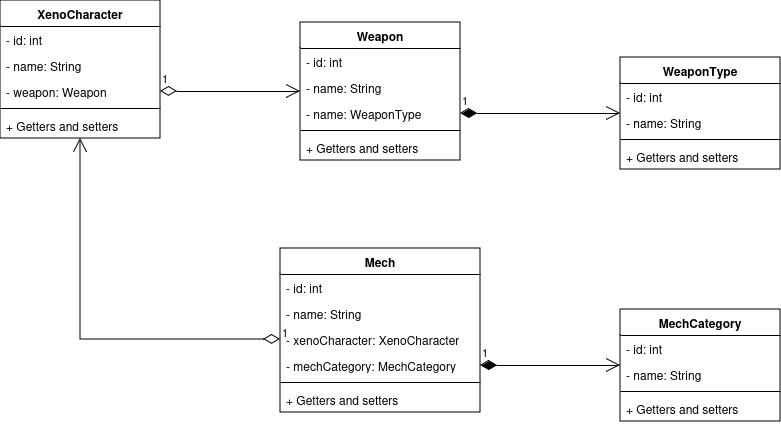
Above: xenowiki.png in mackstm/xeno-wiki (draw.io), before the change. Source tidied: cells renumbered, new cells last; positions are measured from the earlier drawing's top-left corner, leaving out a move shared by most shapes. Its diagram source:
```xml
<mxGraphModel>
  <root>
    <mxCell id="0" />
    <mxCell id="1" parent="0" />
    <mxCell id="2" value="XenoCharacter" style="swimlane;fontStyle=1;align=center;verticalAlign=top;horizontal=1;startSize=26;whiteSpace=wrap;html=1;" parent="1" vertex="1">
      <mxGeometry width="160" height="138" as="geometry" />
    </mxCell>
    <mxCell id="3" value="&lt;div&gt;- id: int&lt;/div&gt;" style="text;strokeColor=none;fillColor=none;align=left;verticalAlign=top;spacingLeft=4;spacingRight=4;overflow=hidden;whiteSpace=wrap;html=1;" parent="2" vertex="1">
      <mxGeometry y="26" width="160" height="26" as="geometry" />
    </mxCell>
    <mxCell id="4" value="&lt;div&gt;- name: String&lt;br&gt;&lt;/div&gt;" style="text;strokeColor=none;fillColor=none;align=left;verticalAlign=top;spacingLeft=4;spacingRight=4;overflow=hidden;whiteSpace=wrap;html=1;" parent="2" vertex="1">
      <mxGeometry y="52" width="160" height="26" as="geometry" />
    </mxCell>
    <mxCell id="5" value="&lt;div&gt;- weapon: Weapon&lt;/div&gt;" style="text;strokeColor=none;fillColor=none;align=left;verticalAlign=top;spacingLeft=4;spacingRight=4;overflow=hidden;points=[[0,0.5],[1,0.5]];portConstraint=eastwest;whiteSpace=wrap;html=1;" parent="2" vertex="1">
      <mxGeometry y="78" width="160" height="26" as="geometry" />
    </mxCell>
    <mxCell id="6" style="line;strokeWidth=1;fillColor=none;align=left;verticalAlign=middle;spacingTop=-1;spacingLeft=3;spacingRight=3;labelPosition=right;strokeColor=inherit;" parent="2" vertex="1">
      <mxGeometry y="104" width="160" height="8" as="geometry" />
    </mxCell>
    <mxCell id="7" value="+ Getters and setters" style="text;strokeColor=none;fillColor=none;align=left;verticalAlign=top;spacingLeft=4;spacingRight=4;overflow=hidden;whiteSpace=wrap;html=1;" parent="2" vertex="1">
      <mxGeometry y="112" width="160" height="26" as="geometry" />
    </mxCell>
    <mxCell id="8" value="WeaponType" style="swimlane;fontStyle=1;align=center;verticalAlign=top;horizontal=1;startSize=26;whiteSpace=wrap;html=1;" parent="1" vertex="1">
      <mxGeometry x="620" y="57" width="160" height="112" as="geometry" />
    </mxCell>
    <mxCell id="9" value="&lt;div&gt;- id: int&lt;/div&gt;" style="text;strokeColor=none;fillColor=none;align=left;verticalAlign=top;spacingLeft=4;spacingRight=4;overflow=hidden;whiteSpace=wrap;html=1;" parent="8" vertex="1">
      <mxGeometry y="26" width="160" height="26" as="geometry" />
    </mxCell>
    <mxCell id="10" value="&lt;div&gt;- name: String&lt;br&gt;&lt;/div&gt;" style="text;strokeColor=none;fillColor=none;align=left;verticalAlign=top;spacingLeft=4;spacingRight=4;overflow=hidden;whiteSpace=wrap;html=1;" parent="8" vertex="1">
      <mxGeometry y="52" width="160" height="26" as="geometry" />
    </mxCell>
    <mxCell id="11" style="line;strokeWidth=1;fillColor=none;align=left;verticalAlign=middle;spacingTop=-1;spacingLeft=3;spacingRight=3;labelPosition=right;strokeColor=inherit;" parent="8" vertex="1">
      <mxGeometry y="78" width="160" height="8" as="geometry" />
    </mxCell>
    <mxCell id="12" value="+ Getters and setters" style="text;strokeColor=none;fillColor=none;align=left;verticalAlign=top;spacingLeft=4;spacingRight=4;overflow=hidden;whiteSpace=wrap;html=1;" parent="8" vertex="1">
      <mxGeometry y="86" width="160" height="26" as="geometry" />
    </mxCell>
    <mxCell id="13" value="Mech" style="swimlane;fontStyle=1;align=center;verticalAlign=top;horizontal=1;startSize=26;whiteSpace=wrap;html=1;" parent="1" vertex="1">
      <mxGeometry x="280" y="248" width="200" height="164" as="geometry" />
    </mxCell>
    <mxCell id="14" value="&lt;div&gt;- id: int&lt;/div&gt;" style="text;strokeColor=none;fillColor=none;align=left;verticalAlign=top;spacingLeft=4;spacingRight=4;overflow=hidden;whiteSpace=wrap;html=1;" parent="13" vertex="1">
      <mxGeometry y="26" width="200" height="26" as="geometry" />
    </mxCell>
    <mxCell id="15" value="&lt;div&gt;- name: String&lt;br&gt;&lt;/div&gt;" style="text;strokeColor=none;fillColor=none;align=left;verticalAlign=top;spacingLeft=4;spacingRight=4;overflow=hidden;whiteSpace=wrap;html=1;" parent="13" vertex="1">
      <mxGeometry y="52" width="200" height="26" as="geometry" />
    </mxCell>
    <mxCell id="16" value="- xenoCharacter: XenoCharacter" style="text;strokeColor=none;fillColor=none;align=left;verticalAlign=top;spacingLeft=4;spacingRight=4;overflow=hidden;points=[[0,0.5],[1,0.5]];portConstraint=eastwest;whiteSpace=wrap;html=1;" parent="13" vertex="1">
      <mxGeometry y="78" width="200" height="26" as="geometry" />
    </mxCell>
    <mxCell id="17" value="&lt;div&gt;- mechCategory: MechCategory&lt;br&gt;&lt;/div&gt;" style="text;strokeColor=none;fillColor=none;align=left;verticalAlign=top;spacingLeft=4;spacingRight=4;overflow=hidden;points=[[0,0.5],[1,0.5]];portConstraint=eastwest;whiteSpace=wrap;html=1;" parent="13" vertex="1">
      <mxGeometry y="104" width="200" height="26" as="geometry" />
    </mxCell>
    <mxCell id="18" style="line;strokeWidth=1;fillColor=none;align=left;verticalAlign=middle;spacingTop=-1;spacingLeft=3;spacingRight=3;labelPosition=right;strokeColor=inherit;" parent="13" vertex="1">
      <mxGeometry y="130" width="200" height="8" as="geometry" />
    </mxCell>
    <mxCell id="19" value="+ Getters and setters" style="text;strokeColor=none;fillColor=none;align=left;verticalAlign=top;spacingLeft=4;spacingRight=4;overflow=hidden;whiteSpace=wrap;html=1;" parent="13" vertex="1">
      <mxGeometry y="138" width="200" height="26" as="geometry" />
    </mxCell>
    <mxCell id="20" value="Weapon" style="swimlane;fontStyle=1;align=center;verticalAlign=top;horizontal=1;startSize=26;whiteSpace=wrap;html=1;" parent="1" vertex="1">
      <mxGeometry x="300" y="22" width="160" height="138" as="geometry" />
    </mxCell>
    <mxCell id="21" value="&lt;div&gt;- id: int&lt;/div&gt;" style="text;strokeColor=none;fillColor=none;align=left;verticalAlign=top;spacingLeft=4;spacingRight=4;overflow=hidden;whiteSpace=wrap;html=1;" parent="20" vertex="1">
      <mxGeometry y="26" width="160" height="26" as="geometry" />
    </mxCell>
    <mxCell id="22" value="&lt;div&gt;- name: String&lt;br&gt;&lt;/div&gt;" style="text;strokeColor=none;fillColor=none;align=left;verticalAlign=top;spacingLeft=4;spacingRight=4;overflow=hidden;whiteSpace=wrap;html=1;" parent="20" vertex="1">
      <mxGeometry y="52" width="160" height="26" as="geometry" />
    </mxCell>
    <mxCell id="23" value="&lt;div&gt;- name: WeaponType&lt;/div&gt;&lt;div&gt;&lt;br&gt;&lt;/div&gt;" style="text;strokeColor=none;fillColor=none;align=left;verticalAlign=top;spacingLeft=4;spacingRight=4;overflow=hidden;points=[[0,0.5],[1,0.5]];portConstraint=eastwest;whiteSpace=wrap;html=1;" parent="20" vertex="1">
      <mxGeometry y="78" width="160" height="26" as="geometry" />
    </mxCell>
    <mxCell id="24" style="line;strokeWidth=1;fillColor=none;align=left;verticalAlign=middle;spacingTop=-1;spacingLeft=3;spacingRight=3;labelPosition=right;strokeColor=inherit;" parent="20" vertex="1">
      <mxGeometry y="104" width="160" height="8" as="geometry" />
    </mxCell>
    <mxCell id="25" value="+ Getters and setters" style="text;strokeColor=none;fillColor=none;align=left;verticalAlign=top;spacingLeft=4;spacingRight=4;overflow=hidden;whiteSpace=wrap;html=1;" parent="20" vertex="1">
      <mxGeometry y="112" width="160" height="26" as="geometry" />
    </mxCell>
    <mxCell id="26" value="&lt;div&gt;MechCategory&lt;/div&gt;" style="swimlane;fontStyle=1;align=center;verticalAlign=top;horizontal=1;startSize=26;whiteSpace=wrap;html=1;" parent="1" vertex="1">
      <mxGeometry x="620" y="309" width="160" height="112" as="geometry" />
    </mxCell>
    <mxCell id="27" value="&lt;div&gt;- id: int&lt;/div&gt;" style="text;strokeColor=none;fillColor=none;align=left;verticalAlign=top;spacingLeft=4;spacingRight=4;overflow=hidden;whiteSpace=wrap;html=1;" parent="26" vertex="1">
      <mxGeometry y="26" width="160" height="26" as="geometry" />
    </mxCell>
    <mxCell id="28" value="&lt;div&gt;- name: String&lt;br&gt;&lt;/div&gt;" style="text;strokeColor=none;fillColor=none;align=left;verticalAlign=top;spacingLeft=4;spacingRight=4;overflow=hidden;whiteSpace=wrap;html=1;" parent="26" vertex="1">
      <mxGeometry y="52" width="160" height="26" as="geometry" />
    </mxCell>
    <mxCell id="29" style="line;strokeWidth=1;fillColor=none;align=left;verticalAlign=middle;spacingTop=-1;spacingLeft=3;spacingRight=3;labelPosition=right;strokeColor=inherit;" parent="26" vertex="1">
      <mxGeometry y="78" width="160" height="8" as="geometry" />
    </mxCell>
    <mxCell id="30" value="+ Getters and setters" style="text;strokeColor=none;fillColor=none;align=left;verticalAlign=top;spacingLeft=4;spacingRight=4;overflow=hidden;whiteSpace=wrap;html=1;" parent="26" vertex="1">
      <mxGeometry y="86" width="160" height="26" as="geometry" />
    </mxCell>
    <mxCell id="31" value="1" style="endArrow=open;html=1;endSize=12;startArrow=diamondThin;startSize=14;startFill=1;edgeStyle=orthogonalEdgeStyle;align=left;verticalAlign=bottom;rounded=0;" parent="1" edge="1" source="17" target="26">
      <mxGeometry x="-1" y="3" relative="1" as="geometry" />
    </mxCell>
    <mxCell id="32" value="1" style="endArrow=open;html=1;endSize=12;startArrow=diamondThin;startSize=14;startFill=0;edgeStyle=orthogonalEdgeStyle;align=left;verticalAlign=bottom;rounded=0;" parent="1" edge="1" source="16" target="2">
      <mxGeometry x="-1" y="3" relative="1" as="geometry" />
    </mxCell>
    <mxCell id="33" value="1" style="endArrow=open;html=1;endSize=12;startArrow=diamondThin;startSize=14;startFill=0;edgeStyle=orthogonalEdgeStyle;align=left;verticalAlign=bottom;rounded=0;" parent="1" edge="1" source="5" target="20">
      <mxGeometry x="-1" y="3" relative="1" as="geometry" />
    </mxCell>
    <mxCell id="34" value="1" style="endArrow=open;html=1;endSize=12;startArrow=diamondThin;startSize=14;startFill=1;edgeStyle=orthogonalEdgeStyle;align=left;verticalAlign=bottom;rounded=0;" parent="1" edge="1" source="23" target="8">
      <mxGeometry x="-1" y="3" relative="1" as="geometry" />
    </mxCell>
  </root>
</mxGraphModel>
```
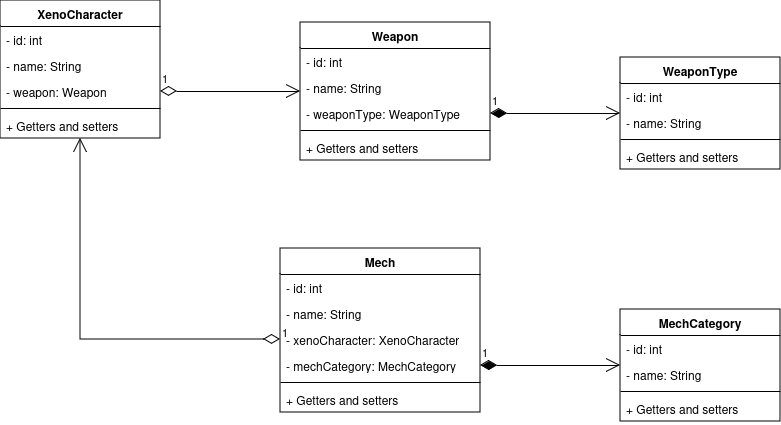
Later version of the same file.

Change to the diagram source:
```diff
@@ -1,4 +1,4 @@
-<mxGraphModel>
+<mxGraphModel background="#ffffff">
   <root>
     <mxCell id="0" />
     <mxCell id="1" parent="0" />
@@ -57,22 +57,22 @@
       <mxGeometry y="138" width="200" height="26" as="geometry" />
     </mxCell>
     <mxCell id="20" value="Weapon" style="swimlane;fontStyle=1;align=center;verticalAlign=top;horizontal=1;startSize=26;whiteSpace=wrap;html=1;" parent="1" vertex="1">
-      <mxGeometry x="300" y="22" width="160" height="138" as="geometry" />
+      <mxGeometry x="300" y="22" width="190" height="138" as="geometry" />
     </mxCell>
     <mxCell id="21" value="&lt;div&gt;- id: int&lt;/div&gt;" style="text;strokeColor=none;fillColor=none;align=left;verticalAlign=top;spacingLeft=4;spacingRight=4;overflow=hidden;whiteSpace=wrap;html=1;" parent="20" vertex="1">
-      <mxGeometry y="26" width="160" height="26" as="geometry" />
+      <mxGeometry y="26" width="190" height="26" as="geometry" />
     </mxCell>
     <mxCell id="22" value="&lt;div&gt;- name: String&lt;br&gt;&lt;/div&gt;" style="text;strokeColor=none;fillColor=none;align=left;verticalAlign=top;spacingLeft=4;spacingRight=4;overflow=hidden;whiteSpace=wrap;html=1;" parent="20" vertex="1">
-      <mxGeometry y="52" width="160" height="26" as="geometry" />
+      <mxGeometry y="52" width="190" height="26" as="geometry" />
     </mxCell>
-    <mxCell id="23" value="&lt;div&gt;- name: WeaponType&lt;/div&gt;&lt;div&gt;&lt;br&gt;&lt;/div&gt;" style="text;strokeColor=none;fillColor=none;align=left;verticalAlign=top;spacingLeft=4;spacingRight=4;overflow=hidden;points=[[0,0.5],[1,0.5]];portConstraint=eastwest;whiteSpace=wrap;html=1;" parent="20" vertex="1">
-      <mxGeometry y="78" width="160" height="26" as="geometry" />
+    <mxCell id="23" value="&lt;div&gt;- weaponType: WeaponType&lt;/div&gt;&lt;div&gt;&lt;br&gt;&lt;/div&gt;" style="text;strokeColor=none;fillColor=none;align=left;verticalAlign=top;spacingLeft=4;spacingRight=4;overflow=hidden;points=[[0,0.5],[1,0.5]];portConstraint=eastwest;whiteSpace=wrap;html=1;" parent="20" vertex="1">
+      <mxGeometry y="78" width="190" height="26" as="geometry" />
     </mxCell>
     <mxCell id="24" style="line;strokeWidth=1;fillColor=none;align=left;verticalAlign=middle;spacingTop=-1;spacingLeft=3;spacingRight=3;labelPosition=right;strokeColor=inherit;" parent="20" vertex="1">
-      <mxGeometry y="104" width="160" height="8" as="geometry" />
+      <mxGeometry y="104" width="190" height="8" as="geometry" />
     </mxCell>
     <mxCell id="25" value="+ Getters and setters" style="text;strokeColor=none;fillColor=none;align=left;verticalAlign=top;spacingLeft=4;spacingRight=4;overflow=hidden;whiteSpace=wrap;html=1;" parent="20" vertex="1">
-      <mxGeometry y="112" width="160" height="26" as="geometry" />
+      <mxGeometry y="112" width="190" height="26" as="geometry" />
     </mxCell>
     <mxCell id="26" value="&lt;div&gt;MechCategory&lt;/div&gt;" style="swimlane;fontStyle=1;align=center;verticalAlign=top;horizontal=1;startSize=26;whiteSpace=wrap;html=1;" parent="1" vertex="1">
       <mxGeometry x="620" y="309" width="160" height="112" as="geometry" />
```
